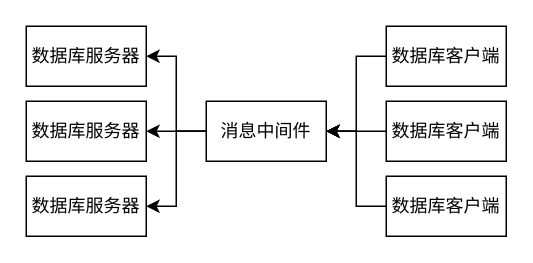
The draw.io diagram page "第 2 页" (2 of 3) of middleware.drawio in foreignbill/drawio, before the edit. Source tidied: cells renumbered, new cells numbered last; positions are measured from the earlier drawing's top-left corner, leaving out a move shared by most shapes. Both pictures are drawn from the tidied source at 150%, with x=0, y=0 at pixel (26, 26).
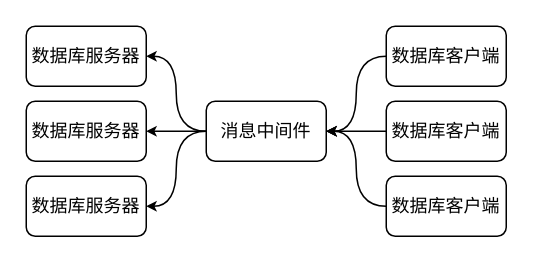
Above is the later version.

What changed in the source:
```diff
@@
 <mxGraphModel>
   <root>
     <mxCell id="0" />
     <mxCell id="1" parent="0" />
-    <mxCell id="2" value="数据库服务器" style="rounded=0;whiteSpace=wrap;html=1;" parent="1" vertex="1">
+    <mxCell id="2" value="数据库服务器" style="rounded=1;whiteSpace=wrap;html=1;fontFamily=Times New Roman;" parent="1" vertex="1">
       <mxGeometry width="80" height="40" as="geometry" />
     </mxCell>
-    <mxCell id="3" value="数据库服务器" style="rounded=0;whiteSpace=wrap;html=1;" parent="1" vertex="1">
+    <mxCell id="3" value="数据库服务器" style="rounded=1;whiteSpace=wrap;html=1;fontFamily=Times New Roman;" parent="1" vertex="1">
       <mxGeometry y="50" width="80" height="40" as="geometry" />
     </mxCell>
-    <mxCell id="4" value="数据库服务器" style="rounded=0;whiteSpace=wrap;html=1;" parent="1" vertex="1">
+    <mxCell id="4" value="数据库服务器" style="rounded=1;whiteSpace=wrap;html=1;fontFamily=Times New Roman;" parent="1" vertex="1">
       <mxGeometry y="100" width="80" height="40" as="geometry" />
     </mxCell>
-    <mxCell id="5" style="edgeStyle=orthogonalEdgeStyle;rounded=0;jettySize=auto;html=1;exitX=0;exitY=0.5;exitDx=0;exitDy=0;entryX=1;entryY=0.5;entryDx=0;entryDy=0;" parent="1" edge="1" source="8" target="3">
+    <mxCell id="5" style="edgeStyle=orthogonalEdgeStyle;rounded=0;jettySize=auto;html=1;exitX=0;exitY=0.5;exitDx=0;exitDy=0;entryX=1;entryY=0.5;entryDx=0;entryDy=0;endSize=4;startSize=4;curved=1;" parent="1" edge="1" source="8" target="3">
       <mxGeometry relative="1" as="geometry" />
     </mxCell>
-    <mxCell id="6" style="edgeStyle=orthogonalEdgeStyle;rounded=0;jettySize=auto;html=1;exitX=0;exitY=0.5;exitDx=0;exitDy=0;entryX=1;entryY=0.5;entryDx=0;entryDy=0;" parent="1" edge="1" source="8" target="2">
+    <mxCell id="6" style="edgeStyle=orthogonalEdgeStyle;rounded=0;jettySize=auto;html=1;exitX=0;exitY=0.5;exitDx=0;exitDy=0;entryX=1;entryY=0.5;entryDx=0;entryDy=0;endSize=4;startSize=4;curved=1;" parent="1" edge="1" source="8" target="2">
       <mxGeometry relative="1" as="geometry" />
     </mxCell>
-    <mxCell id="7" style="edgeStyle=orthogonalEdgeStyle;rounded=0;jettySize=auto;html=1;exitX=0;exitY=0.5;exitDx=0;exitDy=0;entryX=1;entryY=0.5;entryDx=0;entryDy=0;" parent="1" edge="1" source="8" target="4">
+    <mxCell id="7" style="edgeStyle=orthogonalEdgeStyle;rounded=0;jettySize=auto;html=1;exitX=0;exitY=0.5;exitDx=0;exitDy=0;entryX=1;entryY=0.5;entryDx=0;entryDy=0;endSize=4;startSize=4;curved=1;" parent="1" edge="1" source="8" target="4">
       <mxGeometry relative="1" as="geometry" />
     </mxCell>
-    <mxCell id="8" value="消息中间件" style="rounded=0;whiteSpace=wrap;html=1;" parent="1" vertex="1">
+    <mxCell id="8" value="消息中间件" style="rounded=1;whiteSpace=wrap;html=1;fontFamily=Times New Roman;" parent="1" vertex="1">
       <mxGeometry x="120" y="50" width="80" height="40" as="geometry" />
     </mxCell>
-    <mxCell id="9" style="edgeStyle=orthogonalEdgeStyle;rounded=0;jettySize=auto;html=1;exitX=0;exitY=0.5;exitDx=0;exitDy=0;entryX=1;entryY=0.5;entryDx=0;entryDy=0;" parent="1" edge="1" source="10" target="8">
+    <mxCell id="9" style="edgeStyle=orthogonalEdgeStyle;rounded=0;jettySize=auto;html=1;exitX=0;exitY=0.5;exitDx=0;exitDy=0;entryX=1;entryY=0.5;entryDx=0;entryDy=0;endSize=4;startSize=4;curved=1;" parent="1" edge="1" source="10" target="8">
       <mxGeometry relative="1" as="geometry" />
     </mxCell>
-    <mxCell id="10" value="数据库客户端" style="rounded=0;whiteSpace=wrap;html=1;" parent="1" vertex="1">
+    <mxCell id="10" value="数据库客户端" style="rounded=1;whiteSpace=wrap;html=1;fontFamily=Times New Roman;" parent="1" vertex="1">
       <mxGeometry x="240" y="50" width="80" height="40" as="geometry" />
     </mxCell>
-    <mxCell id="11" style="edgeStyle=orthogonalEdgeStyle;rounded=0;jettySize=auto;html=1;exitX=0;exitY=0.5;exitDx=0;exitDy=0;entryX=1;entryY=0.5;entryDx=0;entryDy=0;" parent="1" edge="1" source="12" target="8">
+    <mxCell id="11" style="edgeStyle=orthogonalEdgeStyle;rounded=0;jettySize=auto;html=1;exitX=0;exitY=0.5;exitDx=0;exitDy=0;entryX=1;entryY=0.5;entryDx=0;entryDy=0;endSize=4;startSize=4;curved=1;" parent="1" edge="1" source="12" target="8">
       <mxGeometry relative="1" as="geometry" />
     </mxCell>
-    <mxCell id="12" value="数据库客户端" style="rounded=0;whiteSpace=wrap;html=1;" parent="1" vertex="1">
+    <mxCell id="12" value="数据库客户端" style="rounded=1;whiteSpace=wrap;html=1;fontFamily=Times New Roman;" parent="1" vertex="1">
       <mxGeometry x="240" width="80" height="40" as="geometry" />
     </mxCell>
-    <mxCell id="13" style="edgeStyle=orthogonalEdgeStyle;rounded=0;jettySize=auto;html=1;exitX=0;exitY=0.5;exitDx=0;exitDy=0;entryX=1;entryY=0.5;entryDx=0;entryDy=0;" parent="1" edge="1" source="14" target="8">
+    <mxCell id="13" style="edgeStyle=orthogonalEdgeStyle;rounded=0;jettySize=auto;html=1;exitX=0;exitY=0.5;exitDx=0;exitDy=0;entryX=1;entryY=0.5;entryDx=0;entryDy=0;endSize=4;startSize=4;curved=1;" parent="1" edge="1" source="14" target="8">
       <mxGeometry relative="1" as="geometry" />
     </mxCell>
-    <mxCell id="14" value="数据库客户端" style="rounded=0;whiteSpace=wrap;html=1;" parent="1" vertex="1">
+    <mxCell id="14" value="数据库客户端" style="rounded=1;whiteSpace=wrap;html=1;fontFamily=Times New Roman;" parent="1" vertex="1">
       <mxGeometry x="240" y="100" width="80" height="40" as="geometry" />
     </mxCell>
   </root>
 </mxGraphModel>
```
